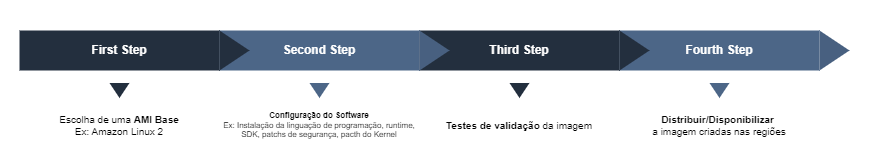
Earlier version of the draw.io export Diagrams/ec2-image-builder-flow.drawio.png (tiagopala/aws-certified-sysops-administrator-associate). Source tidied: cells renumbered, new cells last; positions are measured from the earlier drawing's top-left corner, leaving out a move shared by most shapes. Source of this version:
```xml
<mxGraphModel>
  <root>
    <mxCell id="0" />
    <mxCell id="1" parent="0" />
    <mxCell id="2" style="rounded=0;whiteSpace=wrap;html=1;strokeColor=none;" parent="1" vertex="1">
      <mxGeometry width="870" height="160" as="geometry" />
    </mxCell>
    <mxCell id="3" value="&lt;b&gt;&lt;font color=&quot;#ffffff&quot;&gt;Fourth Step&lt;/font&gt;&lt;/b&gt;" style="rounded=0;whiteSpace=wrap;html=1;fillColor=#4C6687;strokeColor=none;" parent="1" vertex="1">
      <mxGeometry x="619" y="30" width="200" height="40" as="geometry" />
    </mxCell>
    <mxCell id="4" style="triangle;whiteSpace=wrap;html=1;fillColor=#486080;strokeColor=none;" parent="1" vertex="1">
      <mxGeometry x="819" y="30" width="30" height="40" as="geometry" />
    </mxCell>
    <mxCell id="5" style="triangle;whiteSpace=wrap;html=1;fillColor=#4C6687;strokeColor=none;rotation=90;" parent="1" vertex="1">
      <mxGeometry x="711.5" y="80" width="15" height="20" as="geometry" />
    </mxCell>
    <mxCell id="6" style="triangle;whiteSpace=wrap;html=1;fillColor=#232F3E;strokeColor=none;rotation=90;" parent="1" vertex="1">
      <mxGeometry x="511.5" y="80" width="15" height="20" as="geometry" />
    </mxCell>
    <mxCell id="7" value="&lt;b&gt;&lt;font color=&quot;#ffffff&quot;&gt;Third Step&lt;/font&gt;&lt;/b&gt;" style="rounded=0;whiteSpace=wrap;html=1;fillColor=#232F3E;strokeColor=none;" parent="1" vertex="1">
      <mxGeometry x="419" y="30" width="200" height="40" as="geometry" />
    </mxCell>
    <mxCell id="8" style="triangle;whiteSpace=wrap;html=1;fillColor=#232F3E;strokeColor=none;" parent="1" vertex="1">
      <mxGeometry x="619" y="30" width="30" height="40" as="geometry" />
    </mxCell>
    <mxCell id="9" value="&lt;b&gt;&lt;font color=&quot;#ffffff&quot;&gt;Second Step&lt;/font&gt;&lt;/b&gt;" style="rounded=0;whiteSpace=wrap;html=1;fillColor=#4C6687;strokeColor=none;" parent="1" vertex="1">
      <mxGeometry x="219" y="30" width="200" height="40" as="geometry" />
    </mxCell>
    <mxCell id="10" style="triangle;whiteSpace=wrap;html=1;fillColor=#232F3E;strokeColor=none;rotation=90;" parent="1" vertex="1">
      <mxGeometry x="111.5" y="80" width="15" height="20" as="geometry" />
    </mxCell>
    <mxCell id="11" value="&lt;font style=&quot;font-size: 10px;&quot;&gt;Escolha de uma &lt;b&gt;AMI Base&lt;/b&gt;&lt;br&gt;Ex: Amazon Linux 2&lt;/font&gt;" style="text;html=1;strokeColor=none;fillColor=none;align=center;verticalAlign=middle;whiteSpace=wrap;rounded=0;fontSize=10;" parent="1" vertex="1">
      <mxGeometry x="19" y="110" width="200" height="30" as="geometry" />
    </mxCell>
    <mxCell id="12" value="&lt;b&gt;&lt;font color=&quot;#ffffff&quot;&gt;First Step&lt;/font&gt;&lt;/b&gt;" style="rounded=0;whiteSpace=wrap;html=1;fillColor=#232F3E;strokeColor=none;" parent="1" vertex="1">
      <mxGeometry x="19" y="30" width="200" height="40" as="geometry" />
    </mxCell>
    <mxCell id="13" style="triangle;whiteSpace=wrap;html=1;fillColor=#232F3E;strokeColor=none;" parent="1" vertex="1">
      <mxGeometry x="219" y="30" width="30" height="40" as="geometry" />
    </mxCell>
    <mxCell id="14" style="triangle;whiteSpace=wrap;html=1;fillColor=#486080;strokeColor=none;" parent="1" vertex="1">
      <mxGeometry x="419" y="30" width="30" height="40" as="geometry" />
    </mxCell>
    <mxCell id="15" style="triangle;whiteSpace=wrap;html=1;fillColor=#4C6687;strokeColor=none;rotation=90;" parent="1" vertex="1">
      <mxGeometry x="311.5" y="80" width="15" height="20" as="geometry" />
    </mxCell>
    <mxCell id="16" value="&lt;b&gt;Configuração do Software&lt;/b&gt;&lt;br style=&quot;font-size: 8px;&quot;&gt;Ex: Instalação da linguação de programação, runtime, SDK, patchs de segurança, pacth do Kernel" style="text;html=1;strokeColor=none;fillColor=none;align=center;verticalAlign=middle;whiteSpace=wrap;rounded=0;fontSize=8;" parent="1" vertex="1">
      <mxGeometry x="219" y="110" width="200" height="30" as="geometry" />
    </mxCell>
    <mxCell id="17" value="&lt;b&gt;Testes de validação&lt;/b&gt; da imagem" style="text;html=1;strokeColor=none;fillColor=none;align=center;verticalAlign=middle;whiteSpace=wrap;rounded=0;fontSize=10;" parent="1" vertex="1">
      <mxGeometry x="419" y="110" width="200" height="30" as="geometry" />
    </mxCell>
    <mxCell id="18" value="&lt;b&gt;Distribuir/Disponibilizar&lt;/b&gt;&amp;nbsp;&lt;br&gt;a imagem criadas nas regiões" style="text;html=1;strokeColor=none;fillColor=none;align=center;verticalAlign=middle;whiteSpace=wrap;rounded=0;fontSize=10;" parent="1" vertex="1">
      <mxGeometry x="619" y="110" width="200" height="30" as="geometry" />
    </mxCell>
  </root>
</mxGraphModel>
```
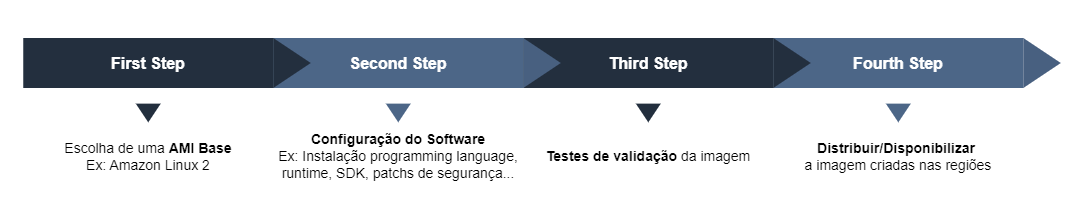
Above is the later version.

Commit message:
Atualização da imagem referente ao fluxo de criação de uma imagem à partir do image builder

The edit, as a diff of the source:
```diff
@@ -2,56 +2,59 @@
   <root>
     <mxCell id="0" />
     <mxCell id="1" parent="0" />
+    <mxCell id="19" style="group;" parent="1" vertex="1">
+      <mxGeometry x="-110" width="1087.6" height="200" as="geometry" />
+    </mxCell>
-    <mxCell id="2" style="rounded=0;whiteSpace=wrap;html=1;strokeColor=none;" parent="1" vertex="1">
-      <mxGeometry width="870" height="160" as="geometry" />
+    <mxCell id="2" style="rounded=0;whiteSpace=wrap;html=1;strokeColor=none;" parent="19" vertex="1">
+      <mxGeometry width="1087.6" height="200" as="geometry" />
     </mxCell>
-    <mxCell id="3" value="&lt;b&gt;&lt;font color=&quot;#ffffff&quot;&gt;Fourth Step&lt;/font&gt;&lt;/b&gt;" style="rounded=0;whiteSpace=wrap;html=1;fillColor=#4C6687;strokeColor=none;" parent="1" vertex="1">
-      <mxGeometry x="619" y="30" width="200" height="40" as="geometry" />
+    <mxCell id="3" value="&lt;b style=&quot;font-size: 16px;&quot;&gt;&lt;font color=&quot;#ffffff&quot; style=&quot;font-size: 16px;&quot;&gt;Fourth Step&lt;/font&gt;&lt;/b&gt;" style="rounded=0;whiteSpace=wrap;html=1;fillColor=#4C6687;strokeColor=none;fontSize=16;" parent="19" vertex="1">
+      <mxGeometry x="773.8" y="37.5" width="250" height="50" as="geometry" />
     </mxCell>
-    <mxCell id="4" style="triangle;whiteSpace=wrap;html=1;fillColor=#486080;strokeColor=none;" parent="1" vertex="1">
-      <mxGeometry x="819" y="30" width="30" height="40" as="geometry" />
+    <mxCell id="4" style="triangle;whiteSpace=wrap;html=1;fillColor=#486080;strokeColor=none;" parent="19" vertex="1">
+      <mxGeometry x="1023.8" y="37.5" width="37.5" height="50" as="geometry" />
     </mxCell>
-    <mxCell id="5" style="triangle;whiteSpace=wrap;html=1;fillColor=#4C6687;strokeColor=none;rotation=90;" parent="1" vertex="1">
-      <mxGeometry x="711.5" y="80" width="15" height="20" as="geometry" />
+    <mxCell id="5" style="triangle;whiteSpace=wrap;html=1;fillColor=#4C6687;strokeColor=none;rotation=90;" parent="19" vertex="1">
+      <mxGeometry x="889.5" y="100" width="18.8" height="25" as="geometry" />
     </mxCell>
-    <mxCell id="6" style="triangle;whiteSpace=wrap;html=1;fillColor=#232F3E;strokeColor=none;rotation=90;" parent="1" vertex="1">
-      <mxGeometry x="511.5" y="80" width="15" height="20" as="geometry" />
+    <mxCell id="6" style="triangle;whiteSpace=wrap;html=1;fillColor=#232F3E;strokeColor=none;rotation=90;" parent="19" vertex="1">
+      <mxGeometry x="639.4" y="100" width="18.8" height="25" as="geometry" />
     </mxCell>
-    <mxCell id="7" value="&lt;b&gt;&lt;font color=&quot;#ffffff&quot;&gt;Third Step&lt;/font&gt;&lt;/b&gt;" style="rounded=0;whiteSpace=wrap;html=1;fillColor=#232F3E;strokeColor=none;" parent="1" vertex="1">
-      <mxGeometry x="419" y="30" width="200" height="40" as="geometry" />
+    <mxCell id="7" value="&lt;b style=&quot;font-size: 16px;&quot;&gt;&lt;font color=&quot;#ffffff&quot; style=&quot;font-size: 16px;&quot;&gt;Third Step&lt;/font&gt;&lt;/b&gt;" style="rounded=0;whiteSpace=wrap;html=1;fillColor=#232F3E;strokeColor=none;fontSize=16;" parent="19" vertex="1">
+      <mxGeometry x="523.8" y="37.5" width="250" height="50" as="geometry" />
     </mxCell>
-    <mxCell id="8" style="triangle;whiteSpace=wrap;html=1;fillColor=#232F3E;strokeColor=none;" parent="1" vertex="1">
-      <mxGeometry x="619" y="30" width="30" height="40" as="geometry" />
+    <mxCell id="8" style="triangle;whiteSpace=wrap;html=1;fillColor=#232F3E;strokeColor=none;" parent="19" vertex="1">
+      <mxGeometry x="773.8" y="37.5" width="37.5" height="50" as="geometry" />
     </mxCell>
-    <mxCell id="9" value="&lt;b&gt;&lt;font color=&quot;#ffffff&quot;&gt;Second Step&lt;/font&gt;&lt;/b&gt;" style="rounded=0;whiteSpace=wrap;html=1;fillColor=#4C6687;strokeColor=none;" parent="1" vertex="1">
-      <mxGeometry x="219" y="30" width="200" height="40" as="geometry" />
+    <mxCell id="9" value="&lt;b style=&quot;font-size: 16px;&quot;&gt;&lt;font color=&quot;#ffffff&quot; style=&quot;font-size: 16px;&quot;&gt;Second Step&lt;/font&gt;&lt;/b&gt;" style="rounded=0;whiteSpace=wrap;html=1;fillColor=#4C6687;strokeColor=none;fontSize=16;" parent="19" vertex="1">
+      <mxGeometry x="273.8" y="37.5" width="250" height="50" as="geometry" />
     </mxCell>
-    <mxCell id="10" style="triangle;whiteSpace=wrap;html=1;fillColor=#232F3E;strokeColor=none;rotation=90;" parent="1" vertex="1">
-      <mxGeometry x="111.5" y="80" width="15" height="20" as="geometry" />
+    <mxCell id="10" style="triangle;whiteSpace=wrap;html=1;fillColor=#232F3E;strokeColor=none;rotation=90;" parent="19" vertex="1">
+      <mxGeometry x="139.4" y="100" width="18.8" height="25" as="geometry" />
     </mxCell>
-    <mxCell id="11" value="&lt;font style=&quot;font-size: 10px;&quot;&gt;Escolha de uma &lt;b&gt;AMI Base&lt;/b&gt;&lt;br&gt;Ex: Amazon Linux 2&lt;/font&gt;" style="text;html=1;strokeColor=none;fillColor=none;align=center;verticalAlign=middle;whiteSpace=wrap;rounded=0;fontSize=10;" parent="1" vertex="1">
-      <mxGeometry x="19" y="110" width="200" height="30" as="geometry" />
+    <mxCell id="11" value="&lt;font style=&quot;font-size: 14px;&quot;&gt;Escolha de uma &lt;b style=&quot;font-size: 14px;&quot;&gt;AMI Base&lt;/b&gt;&lt;br style=&quot;font-size: 14px;&quot;&gt;Ex: Amazon Linux 2&lt;/font&gt;" style="text;html=1;strokeColor=none;fillColor=none;align=center;verticalAlign=middle;whiteSpace=wrap;rounded=0;fontSize=14;" parent="19" vertex="1">
+      <mxGeometry x="23.8" y="137.5" width="250" height="37.5" as="geometry" />
     </mxCell>
-    <mxCell id="12" value="&lt;b&gt;&lt;font color=&quot;#ffffff&quot;&gt;First Step&lt;/font&gt;&lt;/b&gt;" style="rounded=0;whiteSpace=wrap;html=1;fillColor=#232F3E;strokeColor=none;" parent="1" vertex="1">
-      <mxGeometry x="19" y="30" width="200" height="40" as="geometry" />
+    <mxCell id="12" value="&lt;b style=&quot;font-size: 16px;&quot;&gt;&lt;font color=&quot;#ffffff&quot; style=&quot;font-size: 16px;&quot;&gt;First Step&lt;/font&gt;&lt;/b&gt;" style="rounded=0;whiteSpace=wrap;html=1;fillColor=#232F3E;strokeColor=none;fontSize=16;" parent="19" vertex="1">
+      <mxGeometry x="23.8" y="37.5" width="250" height="50" as="geometry" />
     </mxCell>
-    <mxCell id="13" style="triangle;whiteSpace=wrap;html=1;fillColor=#232F3E;strokeColor=none;" parent="1" vertex="1">
-      <mxGeometry x="219" y="30" width="30" height="40" as="geometry" />
+    <mxCell id="13" style="triangle;whiteSpace=wrap;html=1;fillColor=#232F3E;strokeColor=none;" parent="19" vertex="1">
+      <mxGeometry x="273.8" y="37.5" width="37.5" height="50" as="geometry" />
     </mxCell>
-    <mxCell id="14" style="triangle;whiteSpace=wrap;html=1;fillColor=#486080;strokeColor=none;" parent="1" vertex="1">
-      <mxGeometry x="419" y="30" width="30" height="40" as="geometry" />
+    <mxCell id="14" style="triangle;whiteSpace=wrap;html=1;fillColor=#486080;strokeColor=none;" parent="19" vertex="1">
+      <mxGeometry x="523.8" y="37.5" width="37.5" height="50" as="geometry" />
     </mxCell>
-    <mxCell id="15" style="triangle;whiteSpace=wrap;html=1;fillColor=#4C6687;strokeColor=none;rotation=90;" parent="1" vertex="1">
-      <mxGeometry x="311.5" y="80" width="15" height="20" as="geometry" />
+    <mxCell id="15" style="triangle;whiteSpace=wrap;html=1;fillColor=#4C6687;strokeColor=none;rotation=90;" parent="19" vertex="1">
+      <mxGeometry x="389.4" y="100" width="18.8" height="25" as="geometry" />
     </mxCell>
-    <mxCell id="16" value="&lt;b&gt;Configuração do Software&lt;/b&gt;&lt;br style=&quot;font-size: 8px;&quot;&gt;Ex: Instalação da linguação de programação, runtime, SDK, patchs de segurança, pacth do Kernel" style="text;html=1;strokeColor=none;fillColor=none;align=center;verticalAlign=middle;whiteSpace=wrap;rounded=0;fontSize=8;" parent="1" vertex="1">
-      <mxGeometry x="219" y="110" width="200" height="30" as="geometry" />
+    <mxCell id="16" value="&lt;font style=&quot;font-size: 14px;&quot;&gt;&lt;b style=&quot;&quot;&gt;Configuração do Software&lt;/b&gt;&lt;br style=&quot;&quot;&gt;Ex: Instalação programming language, runtime, SDK, patchs de segurança...&lt;br&gt;&lt;/font&gt;" style="text;html=1;strokeColor=none;fillColor=none;align=center;verticalAlign=middle;whiteSpace=wrap;rounded=0;fontSize=14;" parent="19" vertex="1">
+      <mxGeometry x="273.8" y="137.5" width="250" height="37.5" as="geometry" />
     </mxCell>
-    <mxCell id="17" value="&lt;b&gt;Testes de validação&lt;/b&gt; da imagem" style="text;html=1;strokeColor=none;fillColor=none;align=center;verticalAlign=middle;whiteSpace=wrap;rounded=0;fontSize=10;" parent="1" vertex="1">
-      <mxGeometry x="419" y="110" width="200" height="30" as="geometry" />
+    <mxCell id="17" value="&lt;b style=&quot;font-size: 14px;&quot;&gt;Testes de validação&lt;/b&gt; da imagem" style="text;html=1;strokeColor=none;fillColor=none;align=center;verticalAlign=middle;whiteSpace=wrap;rounded=0;fontSize=14;" parent="19" vertex="1">
+      <mxGeometry x="523.8" y="137.5" width="250" height="37.5" as="geometry" />
     </mxCell>
-    <mxCell id="18" value="&lt;b&gt;Distribuir/Disponibilizar&lt;/b&gt;&amp;nbsp;&lt;br&gt;a imagem criadas nas regiões" style="text;html=1;strokeColor=none;fillColor=none;align=center;verticalAlign=middle;whiteSpace=wrap;rounded=0;fontSize=10;" parent="1" vertex="1">
-      <mxGeometry x="619" y="110" width="200" height="30" as="geometry" />
+    <mxCell id="18" value="&lt;b style=&quot;font-size: 14px;&quot;&gt;Distribuir/Disponibilizar&lt;/b&gt;&amp;nbsp;&lt;br style=&quot;font-size: 14px;&quot;&gt;a imagem criadas nas regiões" style="text;html=1;strokeColor=none;fillColor=none;align=center;verticalAlign=middle;whiteSpace=wrap;rounded=0;fontSize=14;" parent="19" vertex="1">
+      <mxGeometry x="773.8" y="137.5" width="250" height="37.5" as="geometry" />
     </mxCell>
   </root>
 </mxGraphModel>
```
